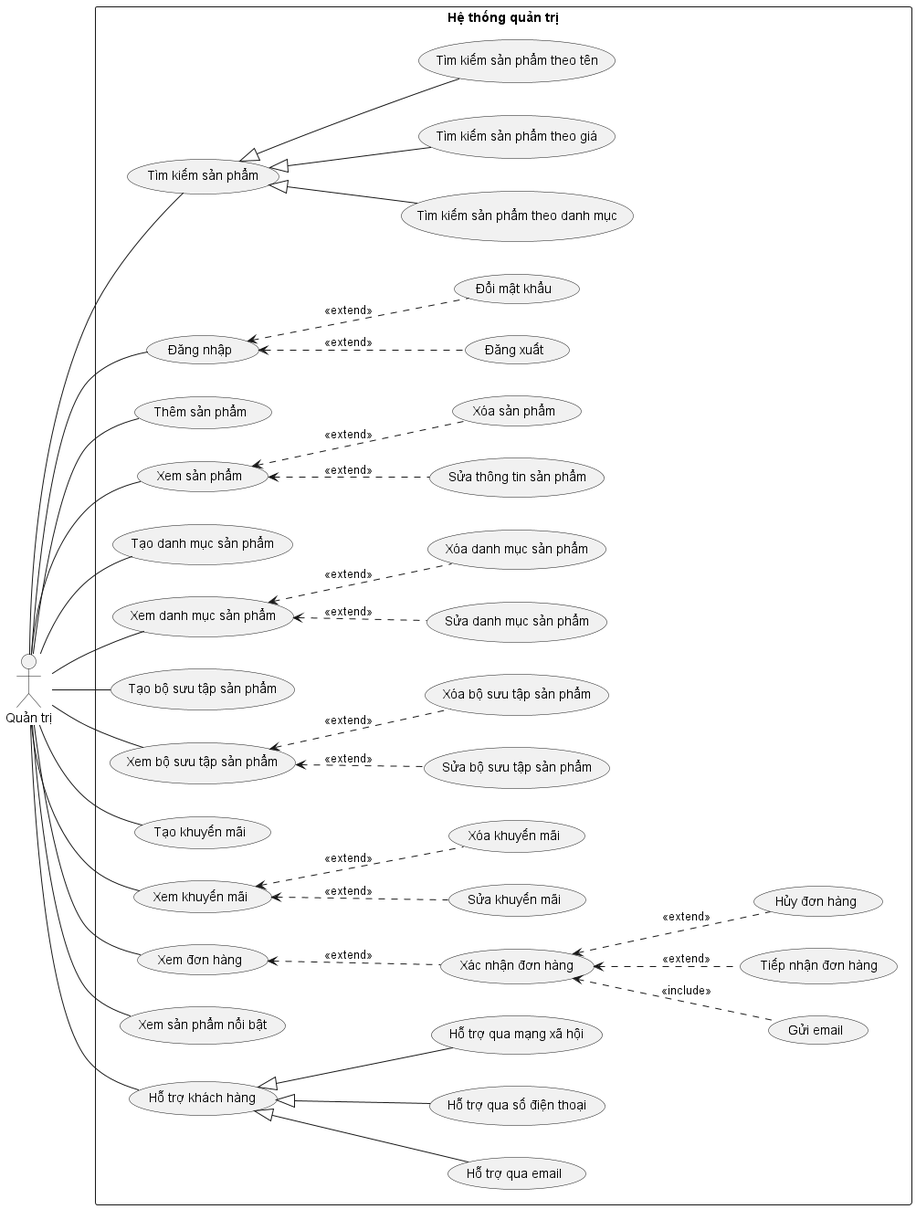
Above: Lab1/Lab1.2/Usecase/QT/Use case Quản trị.png in tuankietcoderr/SE357-Practice-class (PlantUML), before the change.
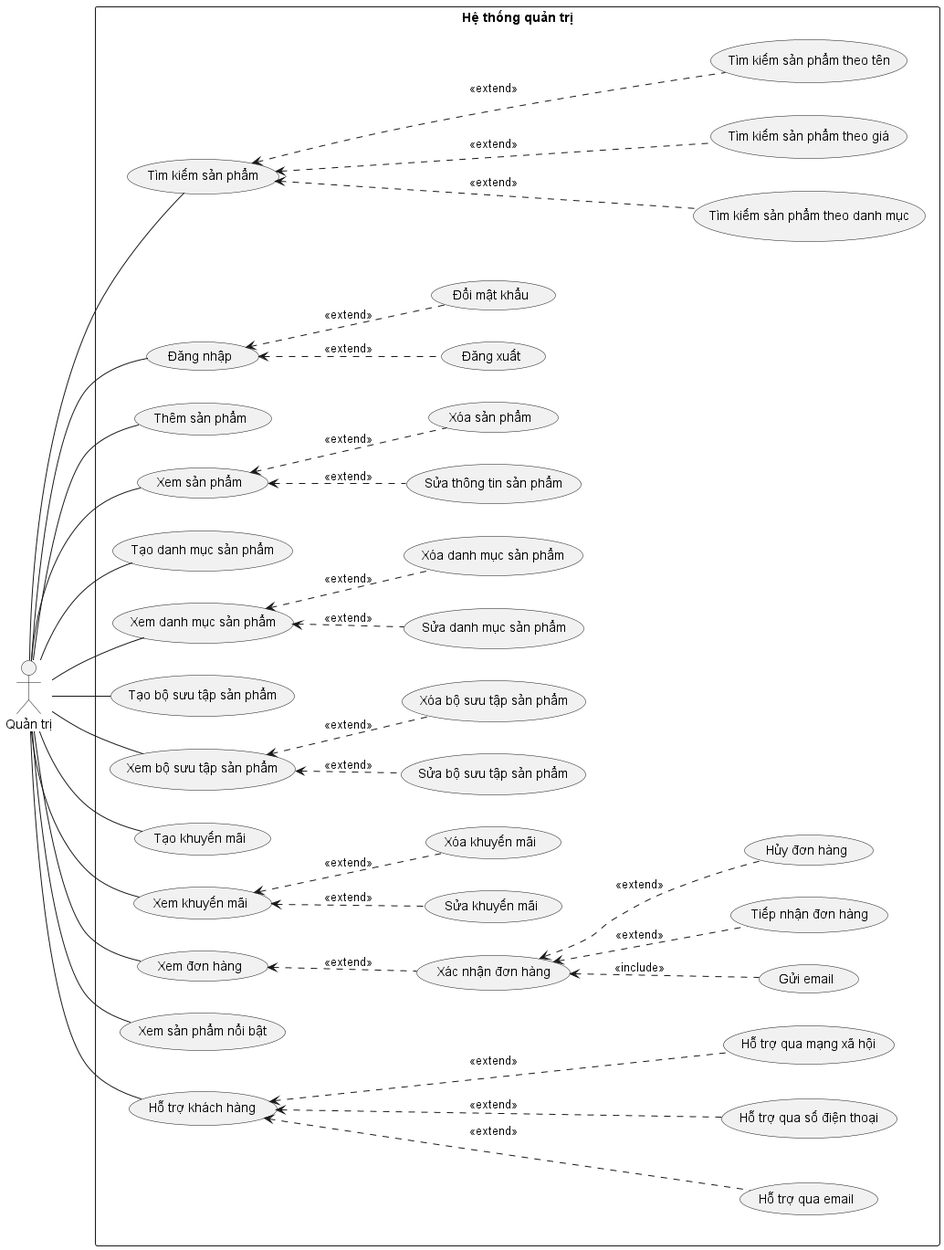
Above is the later version.

Commit message:
Sửa mũi tên use case

Diff of the diagram source:
```diff
@@ -16,9 +16,9 @@
     QT -down- (Xem đơn hàng)
     QT -down- (Xem sản phẩm nổi bật)
     QT -down- (Hỗ trợ khách hàng)
-    (Tìm kiếm sản phẩm) <|-down- (Tìm kiếm sản phẩm theo danh mục)
-    (Tìm kiếm sản phẩm) <|-down- (Tìm kiếm sản phẩm theo giá)
-    (Tìm kiếm sản phẩm) <|-down- (Tìm kiếm sản phẩm theo tên)
+    (Tìm kiếm sản phẩm) <.-down- (Tìm kiếm sản phẩm theo danh mục) : <<extend>>
+    (Tìm kiếm sản phẩm) <.-down- (Tìm kiếm sản phẩm theo giá) : <<extend>>
+    (Tìm kiếm sản phẩm) <.-down- (Tìm kiếm sản phẩm theo tên) : <<extend>>
     (Đăng nhập) <.down- (Đăng xuất) : <<extend>>
     (Đăng nhập) <.down- (Đổi mật khẩu) : <<extend>>
     (Xem sản phẩm) <.down- (Sửa thông tin sản phẩm) : <<extend>>
@@ -33,8 +33,8 @@
     (Xác nhận đơn hàng) <.down- (Gửi email) : <<include>>
     (Xác nhận đơn hàng) <.down- (Tiếp nhận đơn hàng) : <<extend>>
     (Xác nhận đơn hàng) <.down- (Hủy đơn hàng) : <<extend>>
-    (Hỗ trợ khách hàng) <|-down- (Hỗ trợ qua email)
-    (Hỗ trợ khách hàng) <|-down- (Hỗ trợ qua số điện thoại)
-    (Hỗ trợ khách hàng) <|-down- (Hỗ trợ qua mạng xã hội)
+    (Hỗ trợ khách hàng) <.-down- (Hỗ trợ qua email) : <<extend>>
+    (Hỗ trợ khách hàng) <.-down- (Hỗ trợ qua số điện thoại) : <<extend>>
+    (Hỗ trợ khách hàng) <.-down- (Hỗ trợ qua mạng xã hội) : <<extend>>
 }
 @enduml
```
